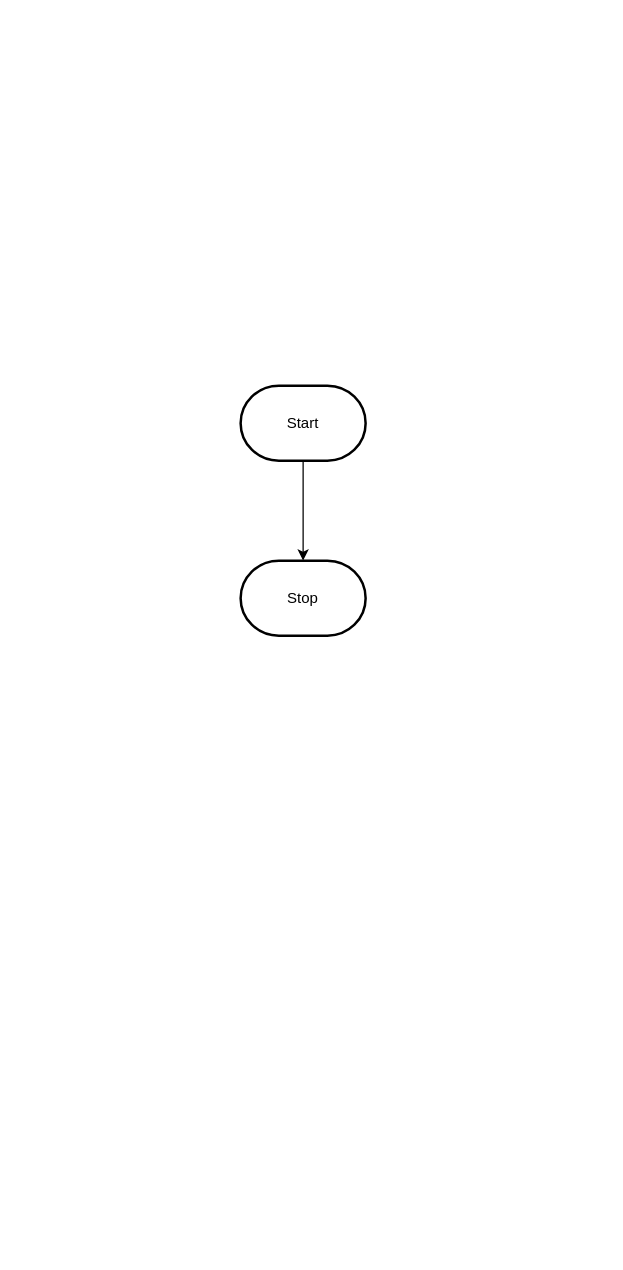
This is design/flowchart.drawio from MTHS-ICS2O-2-2022/ICS2O-Unit-6-03-janet-do, a draw.io file, before an edit. Source tidied: cells renumbered, new cells numbered last; positions are measured from the earlier drawing's top-left corner, leaving out a move shared by most shapes. Both pictures are drawn from the tidied source at 125%, with x=0, y=0 at pixel (240, 385).
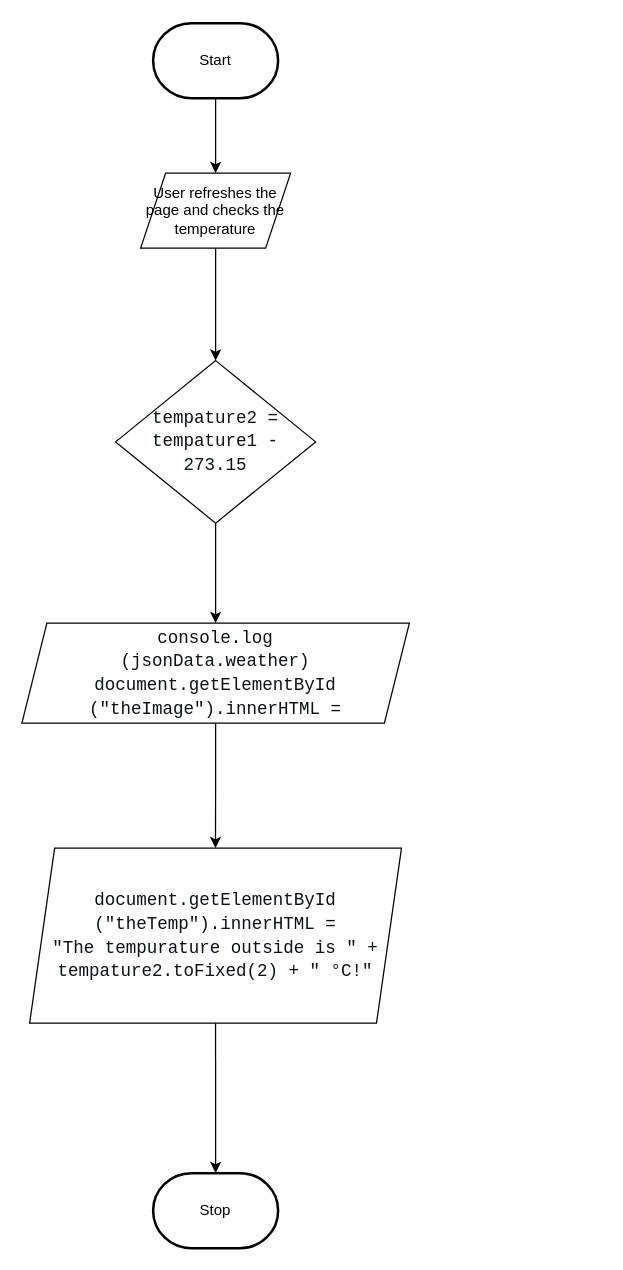
Above is the later version.

The edit, as a diff of the source:
```diff
@@
 <mxGraphModel>
   <root>
     <mxCell id="0" />
     <mxCell id="1" parent="0" />
-    <mxCell id="2" style="edgeStyle=orthogonalEdgeStyle;html=1;rounded=0;" parent="1" edge="1" source="3" target="4">
+    <mxCell id="2" style="edgeStyle=none;html=1;" parent="1" edge="1" source="3" target="6">
       <mxGeometry relative="1" as="geometry" />
     </mxCell>
     <mxCell id="3" value="Start" style="strokeWidth=2;html=1;shape=mxgraph.flowchart.terminator;whiteSpace=wrap;" parent="1" vertex="1">
-      <mxGeometry width="100" height="60" as="geometry" />
+      <mxGeometry x="-70" y="-290" width="100" height="60" as="geometry" />
     </mxCell>
     <mxCell id="4" value="Stop" style="strokeWidth=2;html=1;shape=mxgraph.flowchart.terminator;whiteSpace=wrap;" parent="1" vertex="1">
-      <mxGeometry y="140" width="100" height="60" as="geometry" />
+      <mxGeometry x="-70" y="630" width="100" height="60" as="geometry" />
     </mxCell>
+    <mxCell id="5" style="edgeStyle=orthogonalEdgeStyle;rounded=0;html=1;entryX=0.5;entryY=0;entryDx=0;entryDy=0;" parent="1" edge="1" source="6" target="8">
+      <mxGeometry relative="1" as="geometry" />
+    </mxCell>
+    <mxCell id="6" value="User refreshes the page and checks the temperature" style="shape=parallelogram;perimeter=parallelogramPerimeter;whiteSpace=wrap;html=1;fixedSize=1;" parent="1" vertex="1">
+      <mxGeometry x="-80" y="-170" width="120" height="60" as="geometry" />
+    </mxCell>
+    <mxCell id="7" style="edgeStyle=none;html=1;entryX=0.5;entryY=0;entryDx=0;entryDy=0;fontColor=#E6EDF3;" parent="1" edge="1" source="8" target="10">
+      <mxGeometry relative="1" as="geometry" />
+    </mxCell>
+    <mxCell id="8" value="&lt;div style=&quot;font-family: Consolas, &amp;quot;Courier New&amp;quot;, monospace; font-size: 14px; line-height: 19px;&quot;&gt;&lt;font color=&quot;#0d1117&quot;&gt;tempature2 = tempature1 - 273.15&lt;/font&gt;&lt;/div&gt;" style="rhombus;whiteSpace=wrap;html=1;" parent="1" vertex="1">
+      <mxGeometry x="-100" y="-20" width="160" height="130" as="geometry" />
+    </mxCell>
+    <mxCell id="9" style="edgeStyle=orthogonalEdgeStyle;html=1;fontColor=#E6EDF3;rounded=0;" parent="1" edge="1" source="10" target="13">
+      <mxGeometry relative="1" as="geometry" />
+    </mxCell>
+    <mxCell id="10" value="&lt;div style=&quot;font-family: Consolas, &amp;quot;Courier New&amp;quot;, monospace; font-size: 14px; line-height: 19px;&quot;&gt;&lt;div style=&quot;&quot;&gt;&lt;font color=&quot;#0d1117&quot;&gt;console.log&lt;/font&gt;&lt;/div&gt;&lt;div style=&quot;&quot;&gt;&lt;font color=&quot;#0d1117&quot;&gt;(jsonData.weather)&lt;/font&gt;&lt;/div&gt;&lt;div style=&quot;&quot;&gt;    &lt;font color=&quot;#0d1117&quot;&gt;document.getElementById&lt;/font&gt;&lt;/div&gt;&lt;div style=&quot;&quot;&gt;&lt;font color=&quot;#0d1117&quot;&gt;(&quot;theImage&quot;).innerHTML =&lt;/font&gt;&lt;/div&gt;&lt;/div&gt;" style="shape=parallelogram;perimeter=parallelogramPerimeter;whiteSpace=wrap;html=1;fixedSize=1;" parent="1" vertex="1">
+      <mxGeometry x="-175" y="190" width="310" height="80" as="geometry" />
+    </mxCell>
+    <mxCell id="11" style="edgeStyle=orthogonalEdgeStyle;html=1;entryX=1;entryY=0.5;entryDx=0;entryDy=0;entryPerimeter=0;strokeColor=none;rounded=0;" parent="1" edge="1" source="13" target="4">
+      <mxGeometry relative="1" as="geometry">
+        <Array as="points">
+          <mxPoint x="280" y="340" />
+        </Array>
+      </mxGeometry>
+    </mxCell>
+    <mxCell id="12" style="edgeStyle=none;html=1;entryX=0.5;entryY=0;entryDx=0;entryDy=0;entryPerimeter=0;fontColor=#E6EDF3;" parent="1" edge="1" source="13" target="4">
+      <mxGeometry relative="1" as="geometry" />
+    </mxCell>
+    <mxCell id="13" value="&lt;div style=&quot;font-family: Consolas, &amp;quot;Courier New&amp;quot;, monospace; font-size: 14px; line-height: 19px;&quot;&gt;&lt;div style=&quot;&quot;&gt; &lt;font color=&quot;#0d1117&quot;&gt;document.getElementById&lt;/font&gt;&lt;/div&gt;&lt;div style=&quot;&quot;&gt;&lt;font color=&quot;#0d1117&quot;&gt;(&quot;theTemp&quot;).innerHTML =&lt;/font&gt;&lt;/div&gt;&lt;div style=&quot;&quot;&gt;      &lt;font color=&quot;#0d1117&quot;&gt;&quot;The tempurature outside is &quot; + tempature2.toFixed(2) + &quot; °C!&quot;&lt;/font&gt;&lt;/div&gt;&lt;/div&gt;" style="shape=parallelogram;perimeter=parallelogramPerimeter;whiteSpace=wrap;html=1;fixedSize=1;" parent="1" vertex="1">
+      <mxGeometry x="-168.8" y="370" width="297.5" height="140" as="geometry" />
+    </mxCell>
   </root>
 </mxGraphModel>
```
